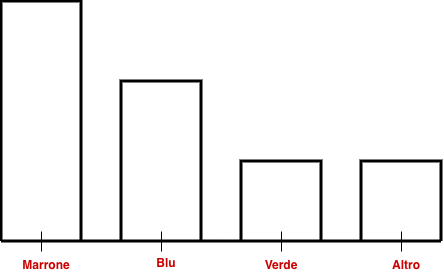
This is 02-MaterieArretrate/ProbabilitàEStatistica/images/diagramma-barre.png from Drachooo/uniNotes, a draw.io export, as it was before one commit. Source tidied: cells renumbered, new cells last; positions are measured from the earlier drawing's top-left corner, leaving out a move shared by most shapes. Source of this version:
```xml
<mxGraphModel>
  <root>
    <mxCell id="0" />
    <mxCell id="1" parent="0" />
    <mxCell id="2" style="endArrow=none;html=1;rounded=0;strokeWidth=3;" parent="1" edge="1">
      <mxGeometry relative="1" as="geometry">
        <mxPoint y="240" as="sourcePoint" />
        <mxPoint x="440" y="240" as="targetPoint" />
      </mxGeometry>
    </mxCell>
    <mxCell id="3" style="endArrow=none;html=1;rounded=0;" parent="1" edge="1">
      <mxGeometry relative="1" as="geometry">
        <mxPoint x="40" y="250" as="sourcePoint" />
        <mxPoint x="40" y="230" as="targetPoint" />
      </mxGeometry>
    </mxCell>
    <mxCell id="4" style="endArrow=none;html=1;rounded=0;strokeWidth=3;" parent="1" edge="1">
      <mxGeometry relative="1" as="geometry">
        <mxPoint y="240" as="sourcePoint" />
        <mxPoint x="80" y="240" as="targetPoint" />
        <Array as="points">
          <mxPoint />
          <mxPoint x="80" />
        </Array>
      </mxGeometry>
    </mxCell>
    <mxCell id="5" style="endArrow=none;html=1;rounded=0;strokeWidth=3;" parent="1" edge="1">
      <mxGeometry relative="1" as="geometry">
        <mxPoint x="120" y="240" as="sourcePoint" />
        <mxPoint x="200" y="240" as="targetPoint" />
        <Array as="points">
          <mxPoint x="120" y="80" />
          <mxPoint x="200" y="80" />
        </Array>
      </mxGeometry>
    </mxCell>
    <mxCell id="6" style="endArrow=none;html=1;rounded=0;" parent="1" edge="1">
      <mxGeometry relative="1" as="geometry">
        <mxPoint x="160" y="250" as="sourcePoint" />
        <mxPoint x="160" y="230" as="targetPoint" />
      </mxGeometry>
    </mxCell>
    <mxCell id="7" style="endArrow=none;html=1;rounded=0;strokeWidth=3;" parent="1" edge="1">
      <mxGeometry relative="1" as="geometry">
        <mxPoint x="240" y="240" as="sourcePoint" />
        <mxPoint x="320" y="240" as="targetPoint" />
        <Array as="points">
          <mxPoint x="240" y="160" />
          <mxPoint x="320" y="160" />
        </Array>
      </mxGeometry>
    </mxCell>
    <mxCell id="8" style="endArrow=none;html=1;rounded=0;" parent="1" edge="1">
      <mxGeometry relative="1" as="geometry">
        <mxPoint x="280" y="250" as="sourcePoint" />
        <mxPoint x="280" y="230" as="targetPoint" />
      </mxGeometry>
    </mxCell>
    <mxCell id="9" style="endArrow=none;html=1;rounded=0;strokeWidth=3;" parent="1" edge="1">
      <mxGeometry relative="1" as="geometry">
        <mxPoint x="360" y="240" as="sourcePoint" />
        <mxPoint x="440" y="240" as="targetPoint" />
        <Array as="points">
          <mxPoint x="360" y="160" />
          <mxPoint x="440" y="160" />
        </Array>
      </mxGeometry>
    </mxCell>
    <mxCell id="10" style="endArrow=none;html=1;rounded=0;" parent="1" edge="1">
      <mxGeometry relative="1" as="geometry">
        <mxPoint x="400" y="250" as="sourcePoint" />
        <mxPoint x="400" y="230" as="targetPoint" />
      </mxGeometry>
    </mxCell>
    <mxCell id="11" value="Marrone" style="text;html=1;whiteSpace=wrap;strokeColor=none;fillColor=none;align=center;verticalAlign=middle;rounded=0;fontStyle=1;fontColor=#CC0000;" parent="1" vertex="1">
      <mxGeometry x="20" y="254" width="50" height="20" as="geometry" />
    </mxCell>
    <mxCell id="12" value="Blu" style="text;html=1;whiteSpace=wrap;strokeColor=none;fillColor=none;align=center;verticalAlign=middle;rounded=0;fontStyle=1;fontColor=#CC0000;" parent="1" vertex="1">
      <mxGeometry x="150" y="254" width="30" height="16" as="geometry" />
    </mxCell>
    <mxCell id="13" value="Verde" style="text;html=1;whiteSpace=wrap;strokeColor=none;fillColor=none;align=center;verticalAlign=middle;rounded=0;fontStyle=1;fontColor=#CC0000;" parent="1" vertex="1">
      <mxGeometry x="260" y="254" width="40" height="20" as="geometry" />
    </mxCell>
    <mxCell id="14" value="Altro" style="text;html=1;whiteSpace=wrap;strokeColor=none;fillColor=none;align=center;verticalAlign=middle;rounded=0;fontStyle=1;fontColor=#CC0000;" parent="1" vertex="1">
      <mxGeometry x="390" y="254" width="30" height="20" as="geometry" />
    </mxCell>
  </root>
</mxGraphModel>
```
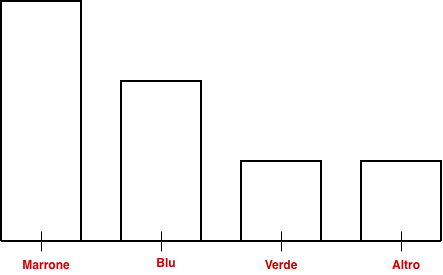
The same diagram one commit later.

Diff of the diagram source:
```diff
@@ -2,7 +2,7 @@
   <root>
     <mxCell id="0" />
     <mxCell id="1" parent="0" />
-    <mxCell id="2" style="endArrow=none;html=1;rounded=0;strokeWidth=3;" parent="1" edge="1">
+    <mxCell id="2" style="endArrow=none;html=1;rounded=0;strokeWidth=2;" parent="1" edge="1">
       <mxGeometry relative="1" as="geometry">
         <mxPoint y="240" as="sourcePoint" />
         <mxPoint x="440" y="240" as="targetPoint" />
@@ -14,7 +14,7 @@
         <mxPoint x="40" y="230" as="targetPoint" />
       </mxGeometry>
     </mxCell>
-    <mxCell id="4" style="endArrow=none;html=1;rounded=0;strokeWidth=3;" parent="1" edge="1">
+    <mxCell id="4" style="endArrow=none;html=1;rounded=0;strokeWidth=2;" parent="1" edge="1">
       <mxGeometry relative="1" as="geometry">
         <mxPoint y="240" as="sourcePoint" />
         <mxPoint x="80" y="240" as="targetPoint" />
@@ -24,7 +24,7 @@
         </Array>
       </mxGeometry>
     </mxCell>
-    <mxCell id="5" style="endArrow=none;html=1;rounded=0;strokeWidth=3;" parent="1" edge="1">
+    <mxCell id="5" style="endArrow=none;html=1;rounded=0;strokeWidth=2;" parent="1" edge="1">
       <mxGeometry relative="1" as="geometry">
         <mxPoint x="120" y="240" as="sourcePoint" />
         <mxPoint x="200" y="240" as="targetPoint" />
@@ -40,7 +40,7 @@
         <mxPoint x="160" y="230" as="targetPoint" />
       </mxGeometry>
     </mxCell>
-    <mxCell id="7" style="endArrow=none;html=1;rounded=0;strokeWidth=3;" parent="1" edge="1">
+    <mxCell id="7" style="endArrow=none;html=1;rounded=0;strokeWidth=2;" parent="1" edge="1">
       <mxGeometry relative="1" as="geometry">
         <mxPoint x="240" y="240" as="sourcePoint" />
         <mxPoint x="320" y="240" as="targetPoint" />
@@ -56,7 +56,7 @@
         <mxPoint x="280" y="230" as="targetPoint" />
       </mxGeometry>
     </mxCell>
-    <mxCell id="9" style="endArrow=none;html=1;rounded=0;strokeWidth=3;" parent="1" edge="1">
+    <mxCell id="9" style="endArrow=none;html=1;rounded=0;strokeWidth=2;" parent="1" edge="1">
       <mxGeometry relative="1" as="geometry">
         <mxPoint x="360" y="240" as="sourcePoint" />
         <mxPoint x="440" y="240" as="targetPoint" />
```
